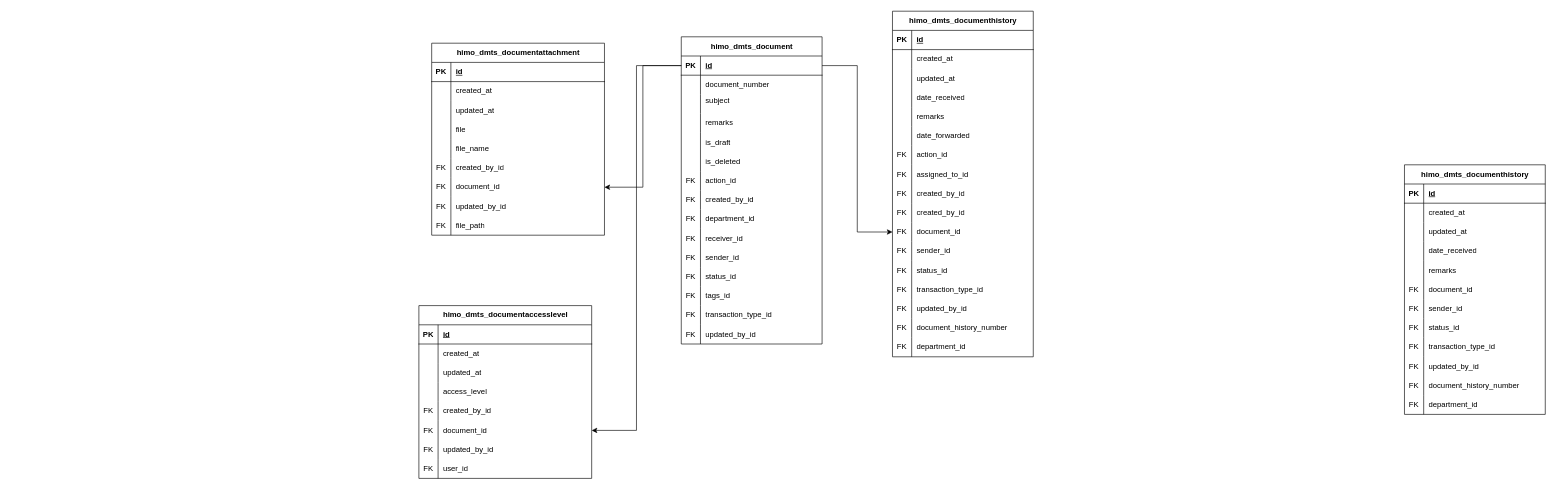
RHILIUS/drawio keeps this draw.io diagram as page "himo_dmts" (2 of 7) of HIMO ERD.drawio. Above is the earlier version. Source tidied: cells renumbered, new cells numbered last; positions are measured from the earlier drawing's top-left corner, leaving out a move shared by most shapes. Both pictures are drawn from the tidied source at 64%, with x=0, y=0 at pixel (419, 11).
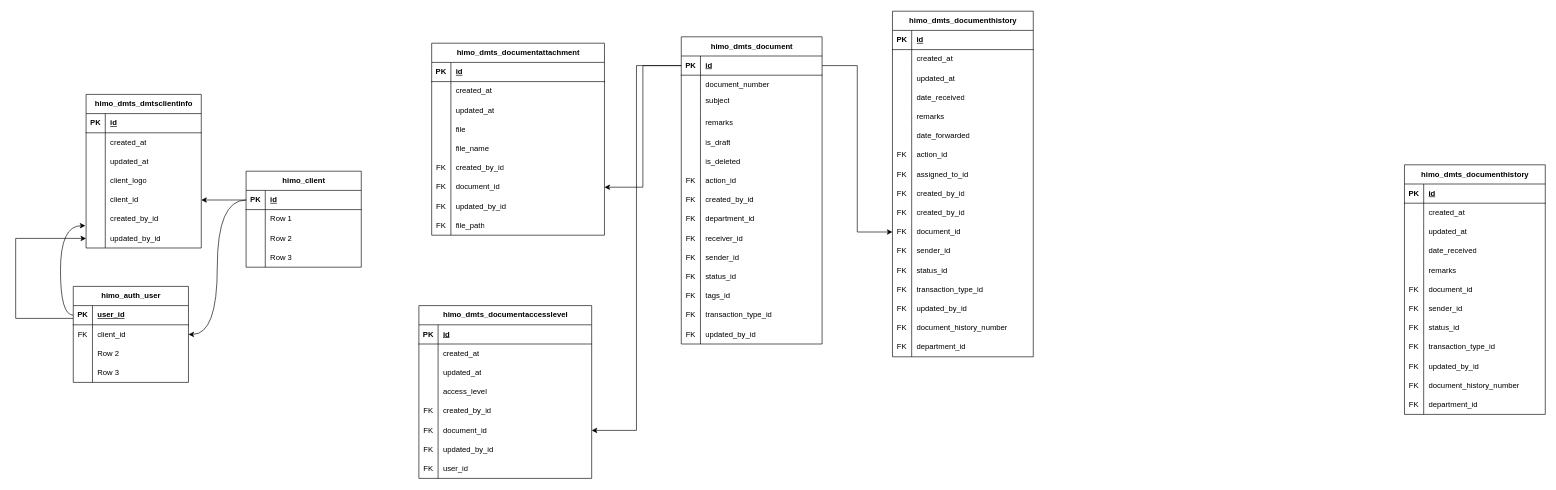
After the change.

Diff of the diagram source:
```diff
@@
+    <mxCell id="193" value="&lt;span style=&quot;text-wrap-mode: wrap;&quot;&gt;himo_client&lt;/span&gt;" style="shape=table;startSize=30;childLayout=tableLayout;rowLines=0;fontStyle=1;align=center;html=1;" parent="1" vertex="1">
+      <mxGeometry x="-270" y="250" width="180" height="150" as="geometry" />
+    </mxCell>
+    <mxCell id="194" style="shape=tableRow;horizontal=0;startSize=0;swimlaneHead=0;swimlaneBody=0;fillColor=none;points=[[0,0.5],[1,0.5]];portConstraint=eastwest;top=0;left=0;right=0;bottom=1;" parent="193" vertex="1">
+      <mxGeometry y="30" width="180" height="30" as="geometry" />
+    </mxCell>
+    <mxCell id="195" value="PK" style="shape=partialRectangle;fillColor=none;top=0;left=0;bottom=0;right=0;fontStyle=1;overflow=hidden;whiteSpace=wrap;html=1;" parent="194" vertex="1">
+      <mxGeometry width="30" height="30" as="geometry" />
+    </mxCell>
+    <mxCell id="196" value="id" style="shape=partialRectangle;fillColor=none;top=0;left=0;bottom=0;right=0;align=left;spacingLeft=6;fontStyle=5;overflow=hidden;whiteSpace=wrap;html=1;" parent="194" vertex="1">
+      <mxGeometry x="30" width="150" height="30" as="geometry" />
+    </mxCell>
+    <mxCell id="197" style="shape=tableRow;horizontal=0;startSize=0;swimlaneHead=0;swimlaneBody=0;fillColor=none;top=0;left=0;right=0;bottom=0;" parent="193" vertex="1">
+      <mxGeometry y="60" width="180" height="30" as="geometry" />
+    </mxCell>
+    <mxCell id="198" style="shape=partialRectangle;fillColor=none;top=0;left=0;bottom=0;right=0;overflow=hidden;whiteSpace=wrap;html=1;" parent="197" vertex="1">
+      <mxGeometry width="30" height="30" as="geometry" />
+    </mxCell>
+    <mxCell id="199" value="Row 1" style="shape=partialRectangle;fillColor=none;top=0;left=0;bottom=0;right=0;align=left;spacingLeft=6;overflow=hidden;whiteSpace=wrap;html=1;" parent="197" vertex="1">
+      <mxGeometry x="30" width="150" height="30" as="geometry" />
+    </mxCell>
+    <mxCell id="200" style="shape=tableRow;horizontal=0;startSize=0;swimlaneHead=0;swimlaneBody=0;fillColor=none;top=0;left=0;right=0;bottom=0;" parent="193" vertex="1">
+      <mxGeometry y="90" width="180" height="30" as="geometry" />
+    </mxCell>
+    <mxCell id="201" style="shape=partialRectangle;fillColor=none;top=0;left=0;bottom=0;right=0;overflow=hidden;whiteSpace=wrap;html=1;" parent="200" vertex="1">
+      <mxGeometry width="30" height="30" as="geometry" />
+    </mxCell>
+    <mxCell id="202" value="Row 2" style="shape=partialRectangle;fillColor=none;top=0;left=0;bottom=0;right=0;align=left;spacingLeft=6;overflow=hidden;whiteSpace=wrap;html=1;" parent="200" vertex="1">
+      <mxGeometry x="30" width="150" height="30" as="geometry" />
+    </mxCell>
+    <mxCell id="203" style="shape=tableRow;horizontal=0;startSize=0;swimlaneHead=0;swimlaneBody=0;fillColor=none;top=0;left=0;right=0;bottom=0;" parent="193" vertex="1">
+      <mxGeometry y="120" width="180" height="30" as="geometry" />
+    </mxCell>
+    <mxCell id="204" style="shape=partialRectangle;fillColor=none;top=0;left=0;bottom=0;right=0;overflow=hidden;whiteSpace=wrap;html=1;" parent="203" vertex="1">
+      <mxGeometry width="30" height="30" as="geometry" />
+    </mxCell>
+    <mxCell id="205" value="Row 3" style="shape=partialRectangle;fillColor=none;top=0;left=0;bottom=0;right=0;align=left;spacingLeft=6;overflow=hidden;whiteSpace=wrap;html=1;" parent="203" vertex="1">
+      <mxGeometry x="30" width="150" height="30" as="geometry" />
+    </mxCell>
+    <mxCell id="206" value="&lt;span style=&quot;text-wrap-mode: wrap;&quot;&gt;himo_dmts_dmtsclientinfo&lt;/span&gt;" style="shape=table;startSize=30;childLayout=tableLayout;rowLines=0;fontStyle=1;align=center;html=1;" parent="1" vertex="1">
+      <mxGeometry x="-520" y="130" width="180" height="240" as="geometry" />
+    </mxCell>
+    <mxCell id="207" style="shape=tableRow;horizontal=0;startSize=0;swimlaneHead=0;swimlaneBody=0;fillColor=none;top=0;left=0;right=0;bottom=1;" parent="206" vertex="1">
+      <mxGeometry y="30" width="180" height="30" as="geometry" />
+    </mxCell>
+    <mxCell id="208" value="PK" style="shape=partialRectangle;fillColor=none;top=0;left=0;bottom=0;right=0;fontStyle=1;overflow=hidden;whiteSpace=wrap;html=1;" parent="207" vertex="1">
+      <mxGeometry width="30" height="30" as="geometry" />
+    </mxCell>
+    <mxCell id="209" value="id" style="shape=partialRectangle;fillColor=none;top=0;left=0;bottom=0;right=0;align=left;spacingLeft=6;fontStyle=5;overflow=hidden;whiteSpace=wrap;html=1;" parent="207" vertex="1">
+      <mxGeometry x="30" width="150" height="30" as="geometry" />
+    </mxCell>
+    <mxCell id="210" style="shape=tableRow;horizontal=0;startSize=0;swimlaneHead=0;swimlaneBody=0;fillColor=none;top=0;left=0;right=0;bottom=0;" parent="206" vertex="1">
+      <mxGeometry y="60" width="180" height="30" as="geometry" />
+    </mxCell>
+    <mxCell id="211" style="shape=partialRectangle;fillColor=none;top=0;left=0;bottom=0;right=0;overflow=hidden;whiteSpace=wrap;html=1;" parent="210" vertex="1">
+      <mxGeometry width="30" height="30" as="geometry" />
+    </mxCell>
+    <mxCell id="212" value="created_at" style="shape=partialRectangle;fillColor=none;top=0;left=0;bottom=0;right=0;align=left;spacingLeft=6;overflow=hidden;whiteSpace=wrap;html=1;" parent="210" vertex="1">
+      <mxGeometry x="30" width="150" height="30" as="geometry" />
+    </mxCell>
+    <mxCell id="213" style="shape=tableRow;horizontal=0;startSize=0;swimlaneHead=0;swimlaneBody=0;fillColor=none;top=0;left=0;right=0;bottom=0;" parent="206" vertex="1">
+      <mxGeometry y="90" width="180" height="30" as="geometry" />
+    </mxCell>
+    <mxCell id="214" style="shape=partialRectangle;fillColor=none;top=0;left=0;bottom=0;right=0;overflow=hidden;whiteSpace=wrap;html=1;" parent="213" vertex="1">
+      <mxGeometry width="30" height="30" as="geometry" />
+    </mxCell>
+    <mxCell id="215" value="updated_at" style="shape=partialRectangle;fillColor=none;top=0;left=0;bottom=0;right=0;align=left;spacingLeft=6;overflow=hidden;whiteSpace=wrap;html=1;" parent="213" vertex="1">
+      <mxGeometry x="30" width="150" height="30" as="geometry" />
+    </mxCell>
+    <mxCell id="216" style="shape=tableRow;horizontal=0;startSize=0;swimlaneHead=0;swimlaneBody=0;fillColor=none;top=0;left=0;right=0;bottom=0;" parent="206" vertex="1">
+      <mxGeometry y="120" width="180" height="30" as="geometry" />
+    </mxCell>
+    <mxCell id="217" style="shape=partialRectangle;fillColor=none;top=0;left=0;bottom=0;right=0;overflow=hidden;whiteSpace=wrap;html=1;" parent="216" vertex="1">
+      <mxGeometry width="30" height="30" as="geometry" />
+    </mxCell>
+    <mxCell id="218" value="client_logo" style="shape=partialRectangle;fillColor=none;top=0;left=0;bottom=0;right=0;align=left;spacingLeft=6;overflow=hidden;whiteSpace=wrap;html=1;" parent="216" vertex="1">
+      <mxGeometry x="30" width="150" height="30" as="geometry" />
+    </mxCell>
+    <mxCell id="219" style="shape=tableRow;horizontal=0;startSize=0;swimlaneHead=0;swimlaneBody=0;fillColor=none;points=[[0,0.5],[1,0.5]];portConstraint=eastwest;top=0;left=0;right=0;bottom=0;" parent="206" vertex="1">
+      <mxGeometry y="150" width="180" height="30" as="geometry" />
+    </mxCell>
+    <mxCell id="220" style="shape=partialRectangle;fillColor=none;top=0;left=0;bottom=0;right=0;overflow=hidden;whiteSpace=wrap;html=1;" parent="219" vertex="1">
+      <mxGeometry width="30" height="30" as="geometry" />
+    </mxCell>
+    <mxCell id="221" value="client_id" style="shape=partialRectangle;fillColor=none;top=0;left=0;bottom=0;right=0;align=left;spacingLeft=6;overflow=hidden;whiteSpace=wrap;html=1;" parent="219" vertex="1">
+      <mxGeometry x="30" width="150" height="30" as="geometry" />
+    </mxCell>
+    <mxCell id="222" style="shape=tableRow;horizontal=0;startSize=0;swimlaneHead=0;swimlaneBody=0;fillColor=none;points=[[0,0.5],[1,0.5]];portConstraint=eastwest;top=0;left=0;right=0;bottom=0;" parent="206" vertex="1">
+      <mxGeometry y="180" width="180" height="30" as="geometry" />
+    </mxCell>
+    <mxCell id="223" style="shape=partialRectangle;fillColor=none;top=0;left=0;bottom=0;right=0;overflow=hidden;whiteSpace=wrap;html=1;" parent="222" vertex="1">
+      <mxGeometry width="30" height="30" as="geometry" />
+    </mxCell>
+    <mxCell id="224" value="created_by_id" style="shape=partialRectangle;fillColor=none;top=0;left=0;bottom=0;right=0;align=left;spacingLeft=6;overflow=hidden;whiteSpace=wrap;html=1;" parent="222" vertex="1">
+      <mxGeometry x="30" width="150" height="30" as="geometry" />
+    </mxCell>
+    <mxCell id="225" style="shape=tableRow;horizontal=0;startSize=0;swimlaneHead=0;swimlaneBody=0;fillColor=none;points=[[0,0.5],[1,0.5]];portConstraint=eastwest;top=0;left=0;right=0;bottom=0;" parent="206" vertex="1">
+      <mxGeometry y="210" width="180" height="30" as="geometry" />
+    </mxCell>
+    <mxCell id="226" style="shape=partialRectangle;fillColor=none;top=0;left=0;bottom=0;right=0;overflow=hidden;whiteSpace=wrap;html=1;" parent="225" vertex="1">
+      <mxGeometry width="30" height="30" as="geometry" />
+    </mxCell>
+    <mxCell id="227" value="updated_by_id" style="shape=partialRectangle;fillColor=none;top=0;left=0;bottom=0;right=0;align=left;spacingLeft=6;overflow=hidden;whiteSpace=wrap;html=1;" parent="225" vertex="1">
+      <mxGeometry x="30" width="150" height="30" as="geometry" />
+    </mxCell>
+    <mxCell id="228" style="edgeStyle=orthogonalEdgeStyle;rounded=0;jettySize=auto;html=1;" parent="1" edge="1" source="194" target="219">
+      <mxGeometry relative="1" as="geometry" />
+    </mxCell>
+    <mxCell id="229" value="&lt;span style=&quot;text-wrap-mode: wrap;&quot;&gt;himo_auth_user&lt;/span&gt;" style="shape=table;startSize=30;childLayout=tableLayout;rowLines=0;fontStyle=1;align=center;html=1;" parent="1" vertex="1">
+      <mxGeometry x="-540" y="430" width="180" height="150" as="geometry" />
+    </mxCell>
+    <mxCell id="230" style="shape=tableRow;horizontal=0;startSize=0;swimlaneHead=0;swimlaneBody=0;fillColor=none;points=[[0,0.5],[1,0.5]];portConstraint=eastwest;top=0;left=0;right=0;bottom=1;" parent="229" vertex="1">
+      <mxGeometry y="30" width="180" height="30" as="geometry" />
+    </mxCell>
+    <mxCell id="231" value="PK" style="shape=partialRectangle;fillColor=none;top=0;left=0;bottom=0;right=0;fontStyle=1;overflow=hidden;whiteSpace=wrap;html=1;" parent="230" vertex="1">
+      <mxGeometry width="30" height="30" as="geometry" />
+    </mxCell>
+    <mxCell id="232" value="user_id" style="shape=partialRectangle;fillColor=none;top=0;left=0;bottom=0;right=0;align=left;spacingLeft=6;fontStyle=5;overflow=hidden;whiteSpace=wrap;html=1;" parent="230" vertex="1">
+      <mxGeometry x="30" width="150" height="30" as="geometry" />
+    </mxCell>
+    <mxCell id="233" style="shape=tableRow;horizontal=0;startSize=0;swimlaneHead=0;swimlaneBody=0;fillColor=none;points=[[0,0.5],[1,0.5]];portConstraint=eastwest;top=0;left=0;right=0;bottom=0;" parent="229" vertex="1">
+      <mxGeometry y="60" width="180" height="30" as="geometry" />
+    </mxCell>
+    <mxCell id="234" value="FK" style="shape=partialRectangle;fillColor=none;top=0;left=0;bottom=0;right=0;overflow=hidden;whiteSpace=wrap;html=1;" parent="233" vertex="1">
+      <mxGeometry width="30" height="30" as="geometry" />
+    </mxCell>
+    <mxCell id="235" value="client_id" style="shape=partialRectangle;fillColor=none;top=0;left=0;bottom=0;right=0;align=left;spacingLeft=6;overflow=hidden;whiteSpace=wrap;html=1;" parent="233" vertex="1">
+      <mxGeometry x="30" width="150" height="30" as="geometry" />
+    </mxCell>
+    <mxCell id="236" style="shape=tableRow;horizontal=0;startSize=0;swimlaneHead=0;swimlaneBody=0;fillColor=none;top=0;left=0;right=0;bottom=0;" parent="229" vertex="1">
+      <mxGeometry y="90" width="180" height="30" as="geometry" />
+    </mxCell>
+    <mxCell id="237" style="shape=partialRectangle;fillColor=none;top=0;left=0;bottom=0;right=0;overflow=hidden;whiteSpace=wrap;html=1;" parent="236" vertex="1">
+      <mxGeometry width="30" height="30" as="geometry" />
+    </mxCell>
+    <mxCell id="238" value="Row 2" style="shape=partialRectangle;fillColor=none;top=0;left=0;bottom=0;right=0;align=left;spacingLeft=6;overflow=hidden;whiteSpace=wrap;html=1;" parent="236" vertex="1">
+      <mxGeometry x="30" width="150" height="30" as="geometry" />
+    </mxCell>
+    <mxCell id="239" style="shape=tableRow;horizontal=0;startSize=0;swimlaneHead=0;swimlaneBody=0;fillColor=none;top=0;left=0;right=0;bottom=0;" parent="229" vertex="1">
+      <mxGeometry y="120" width="180" height="30" as="geometry" />
+    </mxCell>
+    <mxCell id="240" style="shape=partialRectangle;fillColor=none;top=0;left=0;bottom=0;right=0;overflow=hidden;whiteSpace=wrap;html=1;" parent="239" vertex="1">
+      <mxGeometry width="30" height="30" as="geometry" />
+    </mxCell>
+    <mxCell id="241" value="Row 3" style="shape=partialRectangle;fillColor=none;top=0;left=0;bottom=0;right=0;align=left;spacingLeft=6;overflow=hidden;whiteSpace=wrap;html=1;" parent="239" vertex="1">
+      <mxGeometry x="30" width="150" height="30" as="geometry" />
+    </mxCell>
+    <mxCell id="242" style="edgeStyle=orthogonalEdgeStyle;rounded=0;jettySize=auto;html=1;entryX=-0.006;entryY=0.837;entryDx=0;entryDy=0;entryPerimeter=0;exitX=0;exitY=0.5;exitDx=0;exitDy=0;curved=1;" parent="1" edge="1" source="230" target="222">
+      <mxGeometry relative="1" as="geometry" />
+    </mxCell>
+    <mxCell id="243" style="edgeStyle=orthogonalEdgeStyle;rounded=0;jettySize=auto;html=1;entryX=0;entryY=0.5;entryDx=0;entryDy=0;" parent="1" edge="1" source="230" target="225">
+      <mxGeometry relative="1" as="geometry">
+        <Array as="points">
+          <mxPoint x="-630" y="480" />
+          <mxPoint x="-630" y="355" />
+        </Array>
+      </mxGeometry>
+    </mxCell>
+    <mxCell id="244" style="edgeStyle=orthogonalEdgeStyle;rounded=0;jettySize=auto;html=1;entryX=1;entryY=0.5;entryDx=0;entryDy=0;curved=1;" parent="1" edge="1" source="194" target="233">
+      <mxGeometry relative="1" as="geometry" />
+    </mxCell>
```
